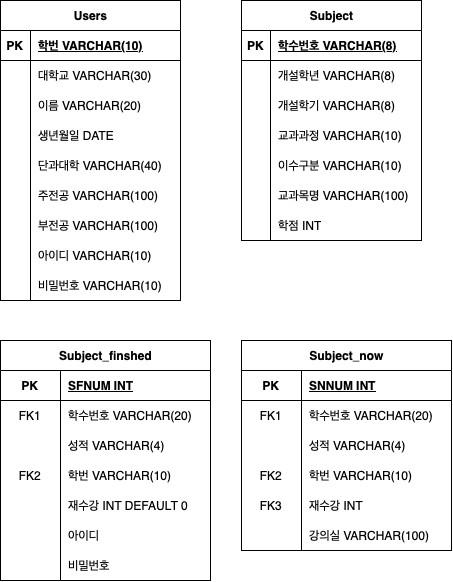
Before: 전체 DB.drawio.png, a diagram exported from draw.io (korea29/2024-01-CSC4004-03-Summer). Source tidied: cells renumbered, new cells last; positions are measured from the earlier drawing's top-left corner, leaving out a move shared by most shapes.
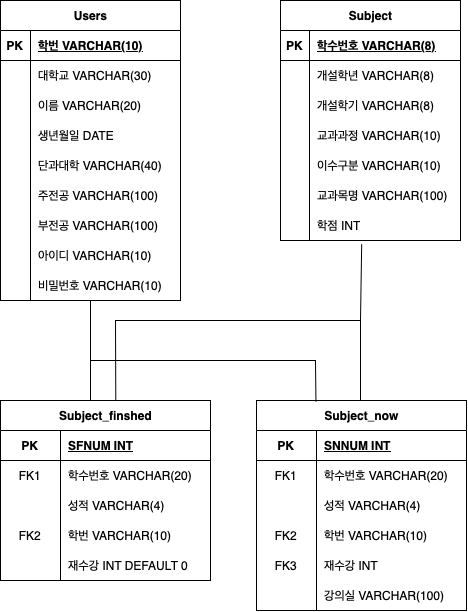
The same file after the commit.

Commit message:
전체 DB.drawio.png 업데이트

Diff of the diagram source:
```diff
@@ -87,7 +87,7 @@
       <mxGeometry x="30" width="150" height="30" as="geometry" />
     </mxCell>
     <mxCell id="30" value="Subject" style="shape=table;startSize=30;rowLines=0;fontStyle=1;align=center;html=1;" parent="1" vertex="1">
-      <mxGeometry x="241" width="180" height="240" as="geometry" />
+      <mxGeometry x="280" width="180" height="240" as="geometry" />
     </mxCell>
     <mxCell id="31" style="shape=tableRow;horizontal=0;startSize=0;swimlaneHead=0;swimlaneBody=0;fillColor=none;top=0;left=0;right=0;bottom=1;" parent="30" vertex="1">
       <mxGeometry y="30" width="180" height="30" as="geometry" />
@@ -153,7 +153,7 @@
       <mxGeometry x="29" width="151" height="30" as="geometry" />
     </mxCell>
     <mxCell id="52" value="Subject_finshed" style="shape=table;startSize=30;rowLines=0;fontStyle=1;align=center;html=1;" parent="1" vertex="1">
-      <mxGeometry y="340" width="210" height="240" as="geometry" />
+      <mxGeometry y="400" width="210" height="180" as="geometry" />
     </mxCell>
     <mxCell id="53" style="shape=tableRow;horizontal=0;startSize=0;swimlaneHead=0;swimlaneBody=0;fillColor=none;top=0;left=0;right=0;bottom=1;" parent="52" vertex="1">
       <mxGeometry y="30" width="210" height="30" as="geometry" />
@@ -200,26 +200,8 @@
     <mxCell id="67" value="재수강 INT DEFAULT 0" style="shape=partialRectangle;fillColor=none;top=0;left=0;bottom=0;right=0;align=left;spacingLeft=6;overflow=hidden;whiteSpace=wrap;html=1;" parent="65" vertex="1">
       <mxGeometry x="60" width="150" height="30" as="geometry" />
     </mxCell>
-    <mxCell id="68" style="shape=tableRow;horizontal=0;startSize=0;swimlaneHead=0;swimlaneBody=0;fillColor=none;top=0;left=0;right=0;bottom=0;" parent="52" vertex="1">
-      <mxGeometry y="180" width="210" height="30" as="geometry" />
-    </mxCell>
-    <mxCell id="69" style="shape=partialRectangle;fillColor=none;top=0;left=0;bottom=0;right=0;overflow=hidden;whiteSpace=wrap;html=1;" parent="68" vertex="1">
-      <mxGeometry width="60" height="30" as="geometry" />
-    </mxCell>
-    <mxCell id="70" value="아이디" style="shape=partialRectangle;fillColor=none;top=0;left=0;bottom=0;right=0;align=left;spacingLeft=6;overflow=hidden;whiteSpace=wrap;html=1;" parent="68" vertex="1">
-      <mxGeometry x="60" width="150" height="30" as="geometry" />
-    </mxCell>
-    <mxCell id="71" style="shape=tableRow;horizontal=0;startSize=0;swimlaneHead=0;swimlaneBody=0;fillColor=none;top=0;left=0;right=0;bottom=0;" parent="52" vertex="1">
-      <mxGeometry y="210" width="210" height="30" as="geometry" />
-    </mxCell>
-    <mxCell id="72" style="shape=partialRectangle;fillColor=none;top=0;left=0;bottom=0;right=0;overflow=hidden;whiteSpace=wrap;html=1;" parent="71" vertex="1">
-      <mxGeometry width="60" height="30" as="geometry" />
-    </mxCell>
-    <mxCell id="73" value="비밀번호" style="shape=partialRectangle;fillColor=none;top=0;left=0;bottom=0;right=0;align=left;spacingLeft=6;overflow=hidden;whiteSpace=wrap;html=1;" parent="71" vertex="1">
-      <mxGeometry x="60" width="150" height="30" as="geometry" />
-    </mxCell>
     <mxCell id="74" value="Subject_now" style="shape=table;startSize=30;rowLines=0;fontStyle=1;align=center;html=1;" parent="1" vertex="1">
-      <mxGeometry x="241" y="340" width="210" height="210" as="geometry" />
+      <mxGeometry x="256" y="400" width="210" height="210" as="geometry" />
     </mxCell>
     <mxCell id="75" style="shape=tableRow;horizontal=0;startSize=0;swimlaneHead=0;swimlaneBody=0;fillColor=none;top=0;left=0;right=0;bottom=1;" parent="74" vertex="1">
       <mxGeometry y="30" width="210" height="30" as="geometry" />
@@ -275,5 +257,33 @@
     <mxCell id="92" value="강의실 VARCHAR(100)" style="shape=partialRectangle;fillColor=none;top=0;left=0;bottom=0;right=0;align=left;spacingLeft=6;overflow=hidden;whiteSpace=wrap;html=1;" parent="90" vertex="1">
       <mxGeometry x="60" width="150" height="30" as="geometry" />
     </mxCell>
+    <mxCell id="93" style="endArrow=none;html=1;rounded=0;entryX=0.549;entryY=-0.003;entryDx=0;entryDy=0;entryPerimeter=0;exitX=0.451;exitY=1.122;exitDx=0;exitDy=0;exitPerimeter=0;" parent="1" edge="1" source="49" target="52">
+      <mxGeometry relative="1" as="geometry">
+        <Array as="points">
+          <mxPoint x="360" y="320" />
+          <mxPoint x="115" y="320" />
+        </Array>
+      </mxGeometry>
+    </mxCell>
+    <mxCell id="94" style="endArrow=none;html=1;rounded=0;exitX=0.5;exitY=0;exitDx=0;exitDy=0;" parent="1" edge="1">
+      <mxGeometry relative="1" as="geometry">
+        <mxPoint x="360" y="400" as="sourcePoint" />
+        <mxPoint x="360" y="320" as="targetPoint" />
+      </mxGeometry>
+    </mxCell>
+    <mxCell id="95" style="endArrow=none;html=1;rounded=0;" parent="1" edge="1">
+      <mxGeometry relative="1" as="geometry">
+        <mxPoint x="90" y="400" as="sourcePoint" />
+        <mxPoint x="90" y="300" as="targetPoint" />
+      </mxGeometry>
+    </mxCell>
+    <mxCell id="96" style="endArrow=none;html=1;rounded=0;entryX=0.283;entryY=0.006;entryDx=0;entryDy=0;entryPerimeter=0;" parent="1" edge="1" target="74">
+      <mxGeometry relative="1" as="geometry">
+        <mxPoint x="90" y="360" as="sourcePoint" />
+        <Array as="points">
+          <mxPoint x="315" y="360" />
+        </Array>
+      </mxGeometry>
+    </mxCell>
   </root>
 </mxGraphModel>
```
